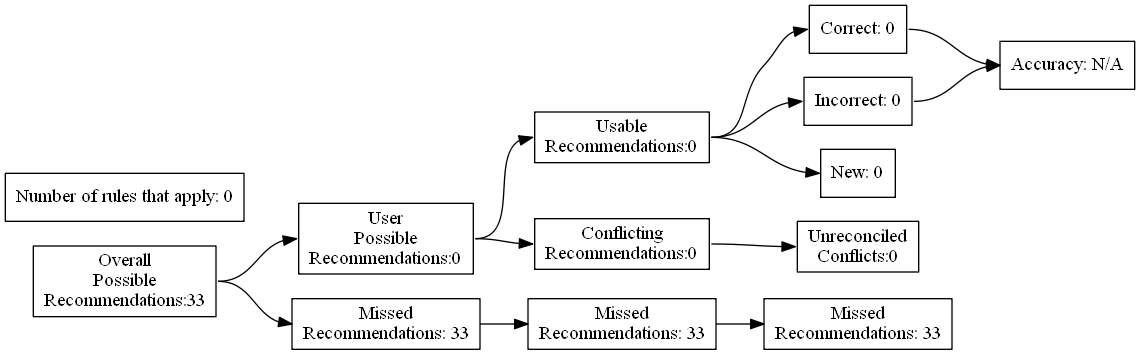
The Graphviz diagram test_renders/69.gv.png in ZaxR/ibd_diet_analysis, before a commit. Its source is kept beside it as test_renders/69.gv.
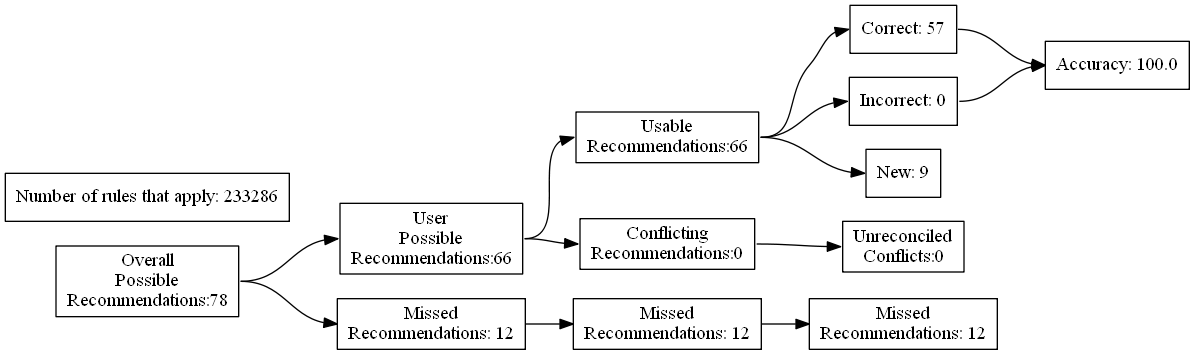
The same file after the commit.

Diff of the diagram source:
```diff
@@ -4,27 +4,27 @@
 	edge [headport=w tailport=e]
 		A [label="Overall
 Possible
-Recommendations:33"]
+Recommendations:78"]
 		B [label="User
 Possible
-Recommendations:0"]
+Recommendations:66"]
 		C [label="Missed
-Recommendations: 33"]
+Recommendations: 12"]
 		D [label="Usable
-Recommendations:0"]
+Recommendations:66"]
 		E [label="Conflicting
 Recommendations:0"]
 		J [label="Missed
-Recommendations: 33"]
+Recommendations: 12"]
 		M [label="Unreconciled
 Conflicts:0"]
-		F [label="Correct: 0"]
+		F [label="Correct: 57"]
 		G [label="Incorrect: 0"]
-		H [label="New: 0"]
+		H [label="New: 9"]
 		K [label="Missed
-Recommendations: 33"]
-		I [label="Accuracy: N/A"]
-		l [label="Number of rules that apply: 0"]
+Recommendations: 12"]
+		I [label="Accuracy: 100.0"]
+		l [label="Number of rules that apply: 233286"]
 			A -> B
 			A -> C
 			B -> D
```
